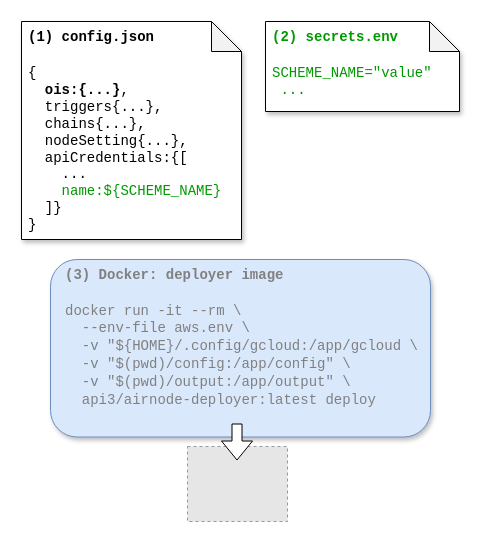
The draw.io diagram docs/reference/airnode/latest/assets/diagrams/api-provider-overview-gcp.drawio in api3dao/vitepress-docs, before the edit. Source tidied: cells renumbered, new cells numbered last; positions are measured from the earlier drawing's top-left corner, leaving out a move shared by most shapes. Both pictures are drawn from the tidied source at 100%, with x=0, y=0 at pixel (21, 21). Pictures stored in the file or linked from it are replaced by grey dashed boxes.
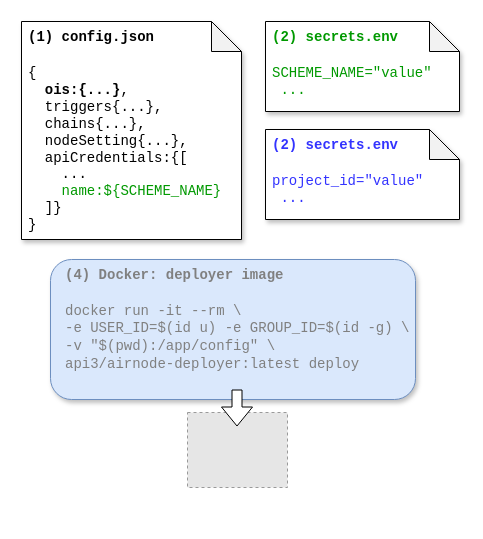
Above is the later version.

Diff of the diagram source:
```diff
@@
 <mxGraphModel>
   <root>
     <mxCell id="0" />
     <mxCell id="1" parent="0" />
-    <mxCell id="2" value="&lt;div style=&quot;font-size: 14px&quot;&gt;&lt;font style=&quot;font-size: 14px&quot; face=&quot;Courier New&quot; color=&quot;#808080&quot;&gt;&lt;b&gt;(3) Docker: deployer image&lt;/b&gt;&lt;/font&gt;&lt;/div&gt;&lt;div style=&quot;font-size: 14px&quot;&gt;&lt;font style=&quot;font-size: 14px&quot; face=&quot;Courier New&quot; color=&quot;#808080&quot;&gt;&lt;br&gt;&lt;/font&gt;&lt;/div&gt;&lt;div style=&quot;font-size: 14px&quot;&gt;&lt;font style=&quot;font-size: 14px&quot; face=&quot;Courier New&quot; color=&quot;#808080&quot;&gt;docker run -it --rm \&lt;/font&gt;&lt;/div&gt;&lt;div style=&quot;font-size: 14px&quot;&gt;&lt;font style=&quot;font-size: 14px&quot; face=&quot;Courier New&quot; color=&quot;#808080&quot;&gt;&amp;nbsp; --env-file aws.env \&lt;/font&gt;&lt;/div&gt;&lt;div style=&quot;font-size: 14px&quot;&gt;&lt;font style=&quot;font-size: 14px&quot; face=&quot;Courier New&quot; color=&quot;#808080&quot;&gt;&amp;nbsp; -v &quot;${HOME}/.config/gcloud:/app/gcloud \&lt;/font&gt;&lt;/div&gt;&lt;div style=&quot;font-size: 14px&quot;&gt;&lt;font style=&quot;font-size: 14px&quot; face=&quot;Courier New&quot; color=&quot;#808080&quot;&gt;&amp;nbsp; -v &quot;$(pwd)/config:/app/config&quot; \&lt;/font&gt;&lt;/div&gt;&lt;div style=&quot;font-size: 14px&quot;&gt;&lt;font style=&quot;font-size: 14px&quot; face=&quot;Courier New&quot; color=&quot;#808080&quot;&gt;&amp;nbsp; -v &quot;$(pwd)/output:/app/output&quot; \&lt;/font&gt;&lt;/div&gt;&lt;div style=&quot;font-size: 14px&quot;&gt;&lt;font style=&quot;font-size: 14px&quot; face=&quot;Courier New&quot; color=&quot;#808080&quot;&gt;&amp;nbsp; api3/airnode-deployer:latest deploy&lt;/font&gt;&lt;/div&gt;" style="rounded=1;whiteSpace=wrap;html=1;fontSize=11;align=left;fillColor=#dae8fc;strokeColor=#6c8ebf;shadow=1;spacingLeft=13;spacingRight=5;verticalAlign=top;fontColor=#000000;" parent="1" vertex="1">
-      <mxGeometry x="29" y="238" width="380" height="177.5" as="geometry" />
+    <mxCell id="2" value="&lt;div style=&quot;font-size: 14px&quot;&gt;&lt;font style=&quot;font-size: 14px&quot; face=&quot;Courier New&quot; color=&quot;#808080&quot;&gt;&lt;b&gt;(4) Docker: deployer image&lt;/b&gt;&lt;/font&gt;&lt;/div&gt;&lt;div style=&quot;font-size: 14px&quot;&gt;&lt;font style=&quot;font-size: 14px&quot; face=&quot;Courier New&quot; color=&quot;#808080&quot;&gt;&lt;br&gt;&lt;/font&gt;&lt;/div&gt;&lt;div style=&quot;font-size: 14px&quot;&gt;&lt;font style=&quot;font-size: 14px&quot; face=&quot;Courier New&quot; color=&quot;#808080&quot;&gt;docker run -it --rm \&lt;/font&gt;&lt;/div&gt;&lt;div style=&quot;font-size: 14px&quot;&gt;&lt;font style=&quot;font-size: 14px&quot; face=&quot;Courier New&quot; color=&quot;#808080&quot;&gt;-e USER_ID=$(id u) -e GROUP_ID=$(id -g) \&lt;/font&gt;&lt;/div&gt;&lt;div style=&quot;font-size: 14px&quot;&gt;&lt;font style=&quot;font-size: 14px&quot; face=&quot;Courier New&quot; color=&quot;#808080&quot;&gt;-v &quot;$(pwd):/app/config&quot; \&amp;nbsp;&amp;nbsp;&lt;/font&gt;&lt;/div&gt;&lt;div style=&quot;font-size: 14px&quot;&gt;&lt;font style=&quot;font-size: 14px&quot; face=&quot;Courier New&quot; color=&quot;#808080&quot;&gt;api3/airnode-deployer:latest deploy&lt;/font&gt;&lt;/div&gt;" style="rounded=1;whiteSpace=wrap;html=1;fontSize=11;align=left;fillColor=#dae8fc;strokeColor=#6c8ebf;shadow=1;spacingLeft=13;spacingRight=5;verticalAlign=top;fontColor=#000000;" parent="1" vertex="1">
+      <mxGeometry x="29" y="238" width="365" height="140" as="geometry" />
     </mxCell>
     <mxCell id="3" value="&lt;span style=&quot;font-size: 14px&quot;&gt;&lt;font face=&quot;Courier New&quot;&gt;&lt;b&gt;(1) config.json&lt;/b&gt;&lt;br style=&quot;font-size: 14px&quot;&gt;&lt;br style=&quot;font-size: 14px&quot;&gt;&lt;/font&gt;&lt;/span&gt;&lt;div style=&quot;font-size: 14px&quot;&gt;&lt;span style=&quot;font-size: 14px&quot;&gt;&lt;font face=&quot;Courier New&quot;&gt;{&lt;/font&gt;&lt;/span&gt;&lt;/div&gt;&lt;div style=&quot;font-size: 14px&quot;&gt;&lt;font face=&quot;Courier New&quot;&gt;&lt;span style=&quot;font-size: 14px&quot;&gt;&amp;nbsp;&amp;nbsp;&lt;b style=&quot;font-size: 14px&quot;&gt;ois:{...&lt;/b&gt;&lt;/span&gt;&lt;span style=&quot;font-size: 14px&quot;&gt;&lt;b style=&quot;font-size: 14px&quot;&gt;}&lt;/b&gt;,&lt;/span&gt;&lt;/font&gt;&lt;/div&gt;&lt;font style=&quot;font-size: 14px&quot;&gt;&lt;font face=&quot;Courier New&quot; style=&quot;font-size: 14px&quot;&gt;&lt;div style=&quot;font-size: 14px&quot;&gt;&amp;nbsp; triggers{...},&lt;/div&gt;&lt;div style=&quot;font-size: 14px&quot;&gt;&amp;nbsp; chains{...},&lt;/div&gt;&lt;div style=&quot;font-size: 14px&quot;&gt;&amp;nbsp; nodeSetting{...},&lt;/div&gt;&lt;div style=&quot;font-size: 14px&quot;&gt;&amp;nbsp;&amp;nbsp;apiCredentials:{[&lt;/div&gt;&lt;div style=&quot;font-size: 14px&quot;&gt;&amp;nbsp; &amp;nbsp; ...&lt;/div&gt;&lt;div style=&quot;font-size: 14px&quot;&gt;&amp;nbsp; &amp;nbsp;&amp;nbsp;&lt;font color=&quot;#009900&quot; style=&quot;font-size: 14px&quot;&gt;name:${&lt;/font&gt;&lt;font color=&quot;#009900&quot; style=&quot;font-size: 14px&quot;&gt;&lt;span style=&quot;background-color: transparent ; font-size: 14px&quot;&gt;SCHEME_NAME&lt;/span&gt;}&lt;/font&gt;&lt;/div&gt;&lt;/font&gt;&lt;font face=&quot;Courier New&quot; style=&quot;font-size: 14px&quot;&gt;&lt;div style=&quot;font-size: 14px&quot;&gt;&amp;nbsp; ]}&amp;nbsp; &amp;nbsp;&lt;/div&gt;&lt;div style=&quot;font-size: 14px&quot;&gt;}&lt;/div&gt;&lt;div style=&quot;font-size: 14px&quot;&gt;&lt;br style=&quot;font-size: 14px&quot;&gt;&lt;/div&gt;&lt;/font&gt;&lt;/font&gt;" style="shape=note;whiteSpace=wrap;html=1;backgroundOutline=1;darkOpacity=0.05;shadow=1;verticalAlign=top;align=left;fontSize=14;spacingLeft=5;" parent="1" vertex="1">
       <mxGeometry width="220" height="218" as="geometry" />
     </mxCell>
     <mxCell id="4" value="&lt;div style=&quot;font-size: 14px&quot;&gt;&lt;/div&gt;&lt;span style=&quot;font-size: 14px ; text-align: center&quot;&gt;&lt;font face=&quot;Courier New&quot;&gt;&lt;b&gt;(2) secrets.env&lt;/b&gt;&lt;br style=&quot;font-size: 14px&quot;&gt;&lt;br style=&quot;font-size: 14px&quot;&gt;&lt;/font&gt;&lt;/span&gt;&lt;div style=&quot;font-size: 14px&quot;&gt;&lt;span style=&quot;font-size: 14px&quot;&gt;&lt;font face=&quot;Courier New&quot; style=&quot;font-size: 14px&quot;&gt;SCHEME_NAME=&quot;value&quot;&lt;/font&gt;&lt;/span&gt;&lt;/div&gt;&lt;div style=&quot;font-size: 14px&quot;&gt;&lt;font face=&quot;Courier New&quot; style=&quot;font-size: 14px&quot;&gt;&amp;nbsp;...&lt;/font&gt;&lt;/div&gt;" style="shape=note;whiteSpace=wrap;html=1;backgroundOutline=1;darkOpacity=0.05;shadow=1;fontColor=#009900;align=left;verticalAlign=top;fontSize=14;spacingLeft=5;" parent="1" vertex="1">
       <mxGeometry x="244" width="194" height="90" as="geometry" />
     </mxCell>
     <mxCell id="5" style="fillColor=#E6E6E6;strokeColor=#999999;dashed=1;verticalLabelPosition=bottom;labelBackgroundColor=#ffffff;verticalAlign=top;" parent="1" vertex="1">
-      <mxGeometry x="166" y="425" width="100" height="75" as="geometry" />
+      <mxGeometry x="166" y="391" width="100" height="75" as="geometry" />
     </mxCell>
     <mxCell id="6" style="shape=flexArrow;endArrow=classic;html=1;rounded=0;fontColor=#000000;strokeColor=#000000;strokeWidth=1;fillColor=#FFFFFF;gradientColor=#ffffff;gradientDirection=west;edgeStyle=orthogonalEdgeStyle;" parent="1" edge="1">
       <mxGeometry relative="1" as="geometry">
-        <mxPoint x="215.5" y="402" as="sourcePoint" />
-        <mxPoint x="215.5" y="439" as="targetPoint" />
+        <mxPoint x="215.5" y="368" as="sourcePoint" />
+        <mxPoint x="215.5" y="405" as="targetPoint" />
       </mxGeometry>
     </mxCell>
+    <mxCell id="7" value="&lt;div style=&quot;font-size: 14px&quot;&gt;&lt;/div&gt;&lt;span style=&quot;font-size: 14px ; text-align: center&quot;&gt;&lt;font color=&quot;#3333ff&quot; face=&quot;Courier New&quot;&gt;&lt;b&gt;(2) secrets.env&lt;/b&gt;&lt;br style=&quot;font-size: 14px&quot;&gt;&lt;br style=&quot;font-size: 14px&quot;&gt;&lt;/font&gt;&lt;/span&gt;&lt;div style=&quot;font-size: 14px&quot;&gt;&lt;span style=&quot;font-size: 14px&quot;&gt;&lt;font color=&quot;#3333ff&quot; face=&quot;Courier New&quot; style=&quot;font-size: 14px&quot;&gt;project_id=&quot;value&quot;&lt;/font&gt;&lt;/span&gt;&lt;/div&gt;&lt;div style=&quot;font-size: 14px&quot;&gt;&lt;font color=&quot;#3333ff&quot; face=&quot;Courier New&quot; style=&quot;font-size: 14px&quot;&gt;&amp;nbsp;...&lt;/font&gt;&lt;/div&gt;" style="shape=note;whiteSpace=wrap;html=1;backgroundOutline=1;darkOpacity=0.05;shadow=1;fontColor=#009900;align=left;verticalAlign=top;fontSize=14;spacingLeft=5;" parent="1" vertex="1">
+      <mxGeometry x="244" y="108" width="194" height="90" as="geometry" />
+    </mxCell>
   </root>
 </mxGraphModel>
```
